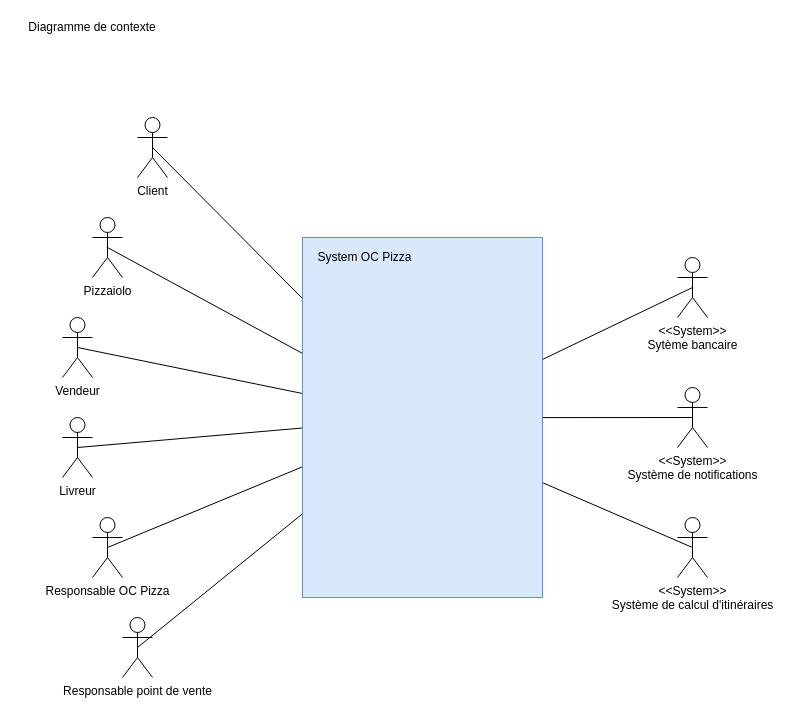
vinsbld/OCP keeps this draw.io diagram as Diagramme de contexte.drawio. Above is the earlier version. Source tidied: cells renumbered, new cells numbered last; positions are measured from the earlier drawing's top-left corner, leaving out a move shared by most shapes. Both pictures are drawn from the tidied source at 100%, with x=0, y=0 at pixel (17, 17).
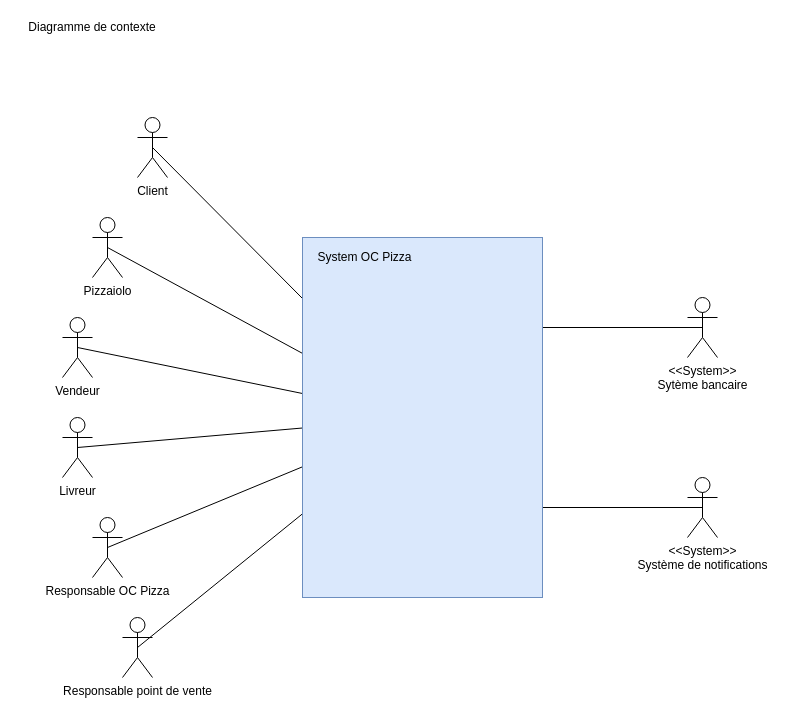
The same page after the edit.

The change refers to these unchanged cells:
```xml
<mxCell id="20" style="rounded=0;whiteSpace=wrap;html=1;fillColor=#dae8fc;strokeColor=#6c8ebf;" parent="1" vertex="1">
  <mxGeometry x="285" y="220" width="240" height="360" as="geometry" />
</mxCell>
```

Change to the diagram source:
```diff
@@
     <mxCell id="8" value="&lt;div&gt;&amp;lt;&amp;lt;System&amp;gt;&amp;gt;&lt;/div&gt;&lt;div&gt;Sytème bancaire&lt;br&gt;&lt;/div&gt;" style="shape=umlActor;verticalLabelPosition=bottom;labelBackgroundColor=#ffffff;verticalAlign=top;html=1;outlineConnect=0;" parent="1" vertex="1">
-      <mxGeometry x="660" y="240" width="30" height="60" as="geometry" />
+      <mxGeometry x="670" y="280" width="30" height="60" as="geometry" />
     </mxCell>
     <mxCell id="9" value="&lt;div&gt;&amp;lt;&amp;lt;System&amp;gt;&amp;gt;&lt;/div&gt;&lt;div&gt;Système de notifications&lt;br&gt;&lt;/div&gt;" style="shape=umlActor;verticalLabelPosition=bottom;labelBackgroundColor=#ffffff;verticalAlign=top;html=1;outlineConnect=0;" parent="1" vertex="1">
-      <mxGeometry x="660" y="370" width="30" height="60" as="geometry" />
+      <mxGeometry x="670" y="460" width="30" height="60" as="geometry" />
     </mxCell>
@@
-    <mxCell id="16" style="endArrow=none;html=1;entryX=0.5;entryY=0.5;entryDx=0;entryDy=0;entryPerimeter=0;" parent="1" edge="1" target="8">
-      <mxGeometry relative="1" as="geometry">
-        <mxPoint x="522" y="343.4" as="sourcePoint" />
-      </mxGeometry>
+    <mxCell id="16" style="endArrow=none;html=1;entryX=0.5;entryY=0.5;entryDx=0;entryDy=0;entryPerimeter=0;exitX=1;exitY=0.25;exitDx=0;exitDy=0;" parent="1" edge="1" source="20" target="8">
+      <mxGeometry relative="1" as="geometry" />
     </mxCell>
-    <mxCell id="17" style="endArrow=none;html=1;entryX=0.5;entryY=0.5;entryDx=0;entryDy=0;entryPerimeter=0;" parent="1" edge="1" target="9">
-      <mxGeometry relative="1" as="geometry">
-        <mxPoint x="522" y="400.1" as="sourcePoint" />
-      </mxGeometry>
+    <mxCell id="17" style="endArrow=none;html=1;entryX=0.5;entryY=0.5;entryDx=0;entryDy=0;entryPerimeter=0;exitX=1;exitY=0.75;exitDx=0;exitDy=0;" parent="1" edge="1" source="20" target="9">
+      <mxGeometry relative="1" as="geometry" />
     </mxCell>
-    <mxCell id="18" value="&lt;div&gt;&amp;lt;&amp;lt;System&amp;gt;&amp;gt;&lt;/div&gt;&lt;div&gt;Système de calcul d'itinéraires&lt;br&gt;&lt;/div&gt;" style="shape=umlActor;verticalLabelPosition=bottom;labelBackgroundColor=#ffffff;verticalAlign=top;html=1;outlineConnect=0;" parent="1" vertex="1">
-      <mxGeometry x="660" y="500" width="30" height="60" as="geometry" />
-    </mxCell>
-    <mxCell id="19" style="endArrow=none;html=1;exitX=0.5;exitY=0.5;exitDx=0;exitDy=0;exitPerimeter=0;entryX=0.675;entryY=0.001;entryDx=0;entryDy=0;entryPerimeter=0;" parent="1" edge="1" source="18">
-      <mxGeometry relative="1" as="geometry">
-        <mxPoint x="521.7" y="463.7" as="targetPoint" />
-      </mxGeometry>
-    </mxCell>
```
